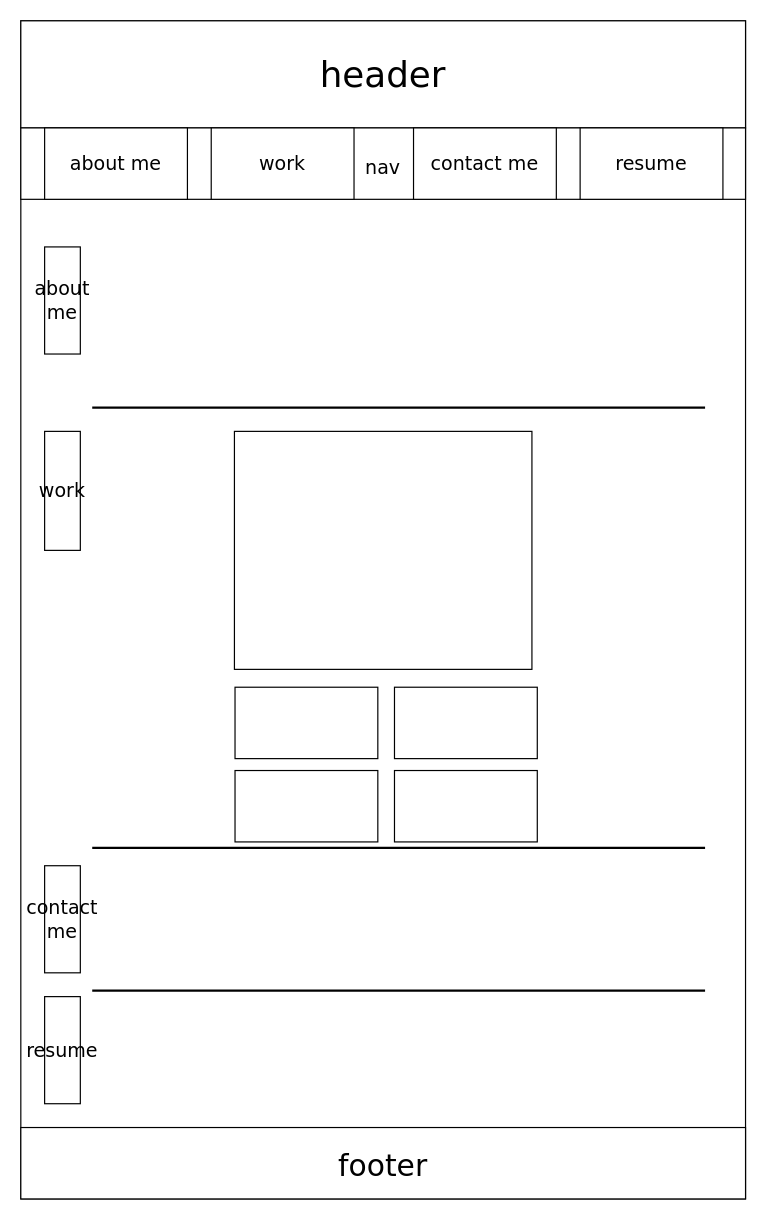
YangLongWang/Bootcamp-Challege-2-Professional-Portfolio keeps this draw.io diagram as Untitled Diagram.drawio. Above is the earlier version. Source tidied: cells renumbered, new cells numbered last; positions are measured from the earlier drawing's top-left corner, leaving out a move shared by most shapes. Both pictures are drawn from the tidied source at 119%, with x=0, y=0 at pixel (20, 20).
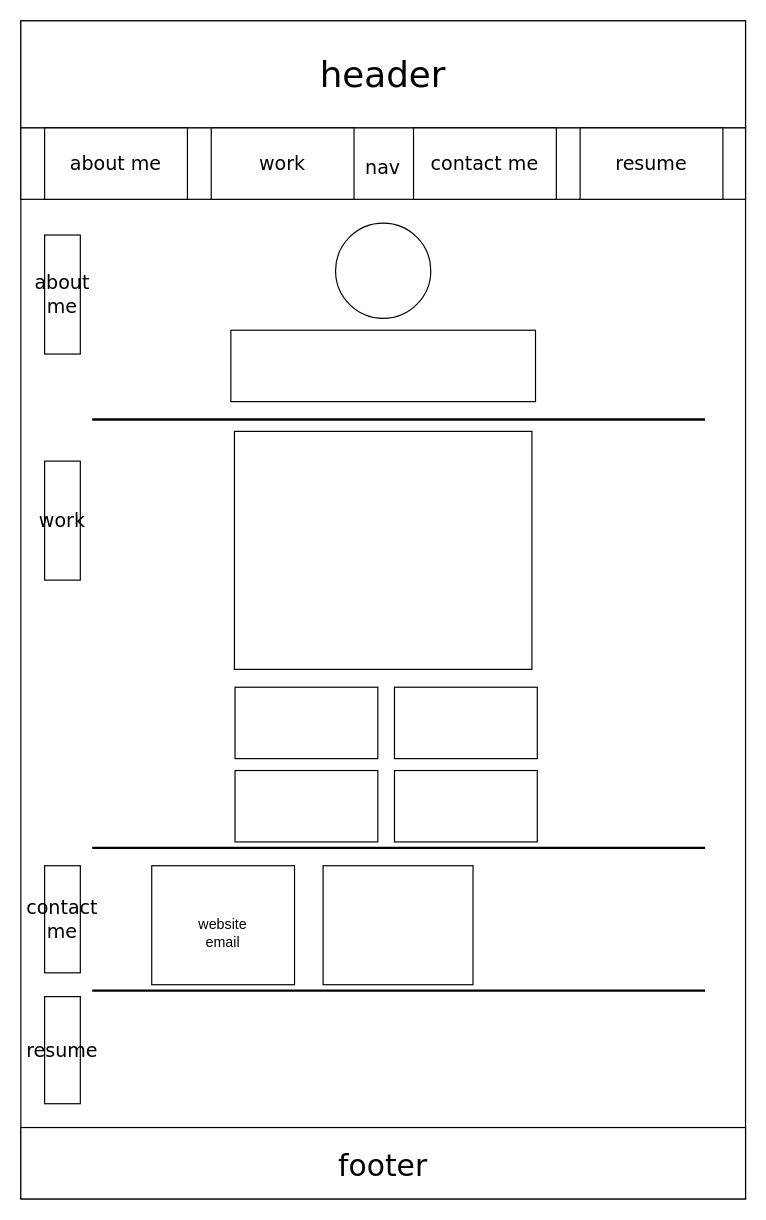
Above is the later version.

What changed in the source:
```diff
@@
     <mxCell id="10" value="about me" style="rounded=0;whiteSpace=wrap;html=1;fontFamily=Verdana;fontSize=16;" parent="1" vertex="1">
-      <mxGeometry x="20" y="190" width="30" height="90" as="geometry" />
+      <mxGeometry x="20" y="180" width="30" height="100" as="geometry" />
     </mxCell>
     <mxCell id="11" value="work" style="rounded=0;whiteSpace=wrap;html=1;fontFamily=Verdana;fontSize=16;" parent="1" vertex="1">
-      <mxGeometry x="20" y="345" width="30" height="100" as="geometry" />
+      <mxGeometry x="20" y="370" width="30" height="100" as="geometry" />
     </mxCell>
@@
     <mxCell id="14" style="line;strokeWidth=2;html=1;fontFamily=Verdana;fontSize=16;" parent="1" vertex="1">
-      <mxGeometry x="60" y="320" width="515" height="10" as="geometry" />
+      <mxGeometry x="60" y="330" width="515" height="10" as="geometry" />
     </mxCell>
@@
+    <mxCell id="22" style="ellipse;whiteSpace=wrap;html=1;" parent="1" vertex="1">
+      <mxGeometry x="264.5" y="170" width="80" height="80" as="geometry" />
+    </mxCell>
+    <mxCell id="23" style="rounded=0;whiteSpace=wrap;html=1;" parent="1" vertex="1">
+      <mxGeometry x="176.5" y="260" width="256" height="60" as="geometry" />
+    </mxCell>
+    <mxCell id="24" value="&lt;br&gt;website&lt;br&gt;email" style="rounded=0;whiteSpace=wrap;html=1;" parent="1" vertex="1">
+      <mxGeometry x="110" y="710" width="120" height="100" as="geometry" />
+    </mxCell>
+    <mxCell id="25" style="rounded=0;whiteSpace=wrap;html=1;" parent="1" vertex="1">
+      <mxGeometry x="254" y="710" width="126" height="100" as="geometry" />
+    </mxCell>
```
